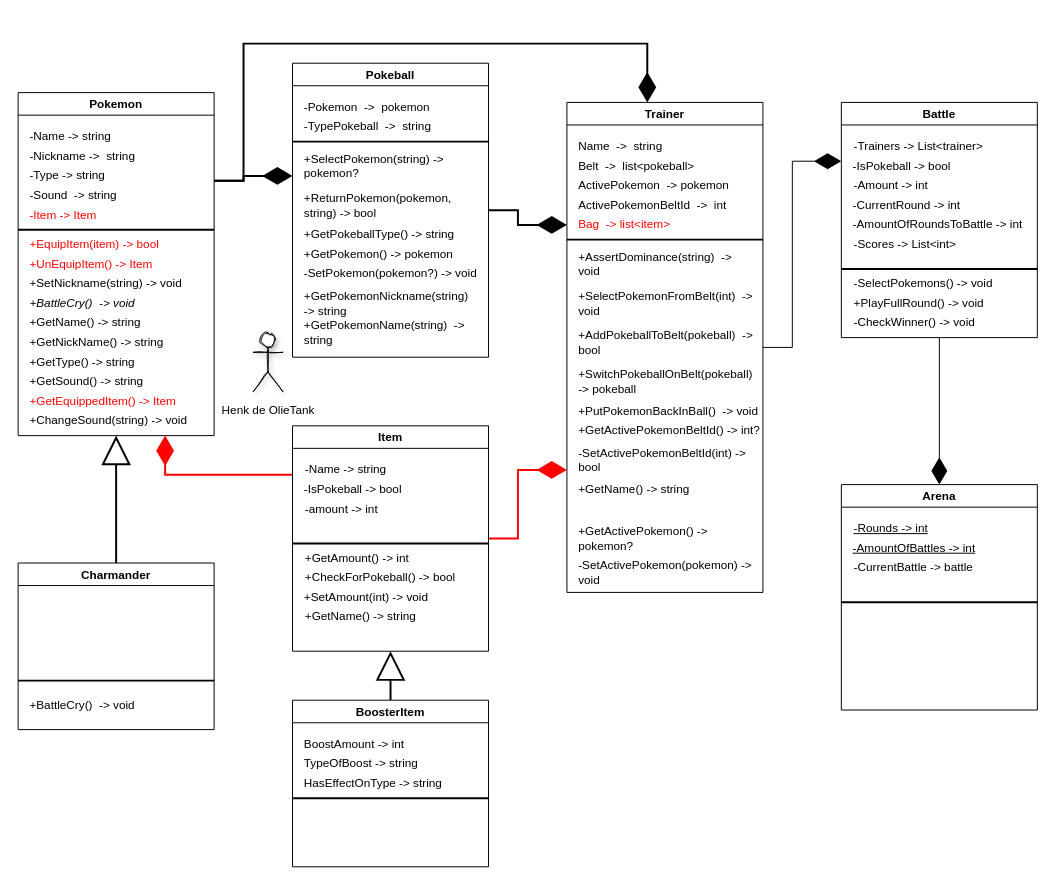
Before: Pokemon-Battle-Sim/class diagram.drawio in oldmartijntje/Pokemon-Battle-Simulator, a draw.io diagram. Source tidied: cells renumbered, new cells numbered last; positions are measured from the earlier drawing's top-left corner, leaving out a move shared by most shapes. Both pictures are drawn from the tidied source at 98%, with x=0, y=0 at pixel (18, 43).
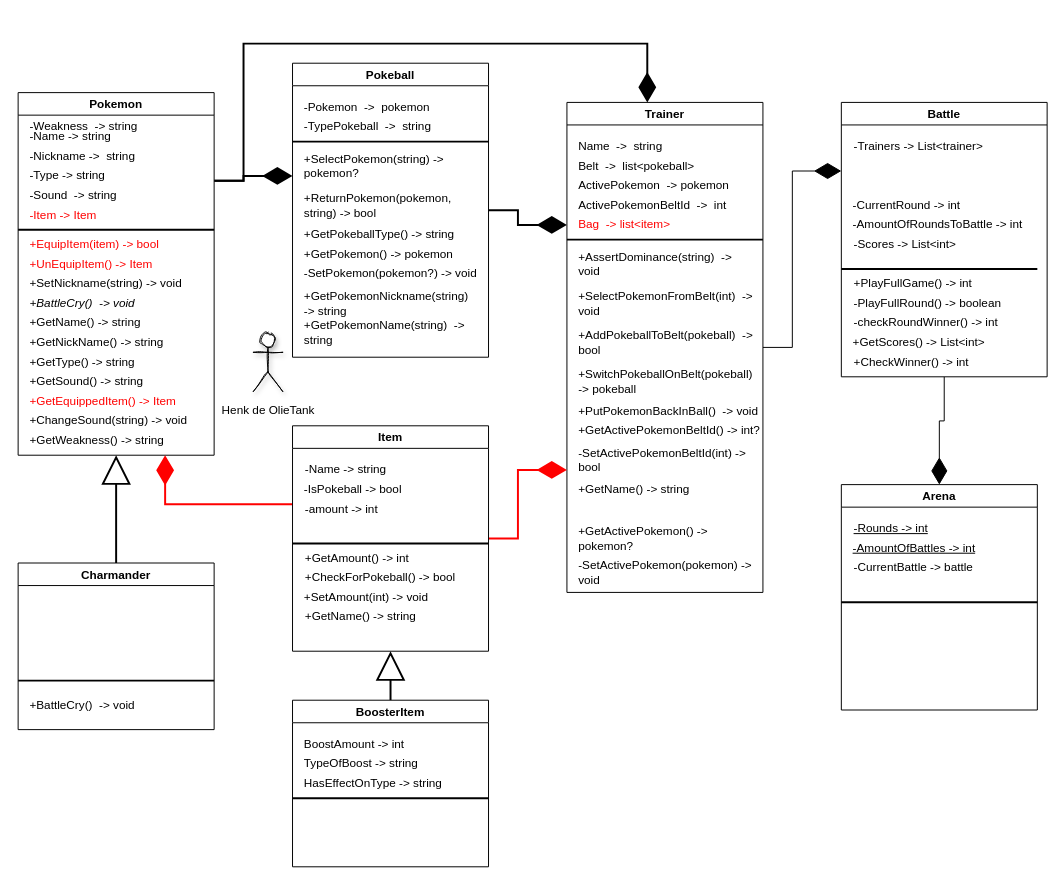
The same page after the edit.

Unchanged cells that the change refers to:
```xml
<mxCell id="59" value="Item" style="swimlane;fillStyle=auto;fillColor=default;swimlaneFillColor=default;" parent="1" vertex="1">
  <mxGeometry x="280" y="390" width="200" height="230" as="geometry" />
</mxCell>
```

What changed in the source:
```diff
@@
     <mxCell id="4" value="Pokemon" style="swimlane;fillStyle=auto;fillColor=default;swimlaneFillColor=default;" parent="1" vertex="1">
-      <mxGeometry y="50" width="200" height="350" as="geometry" />
+      <mxGeometry y="50" width="200" height="370" as="geometry" />
     </mxCell>
@@
+    <mxCell id="91" value="-Weakness&amp;nbsp; -&amp;gt; string" style="text;html=1;strokeColor=none;fillColor=none;align=left;verticalAlign=middle;whiteSpace=wrap;rounded=0;fillStyle=auto;" parent="4" vertex="1">
+      <mxGeometry x="10" y="20" width="180" height="30" as="geometry" />
+    </mxCell>
+    <mxCell id="92" value="+GetWeakness() -&amp;gt; string" style="text;html=1;strokeColor=none;fillColor=none;align=left;verticalAlign=middle;whiteSpace=wrap;rounded=0;fillStyle=auto;" parent="4" vertex="1">
+      <mxGeometry x="10" y="340" width="180" height="30" as="geometry" />
+    </mxCell>
@@
     <mxCell id="58" style="edgeStyle=orthogonalEdgeStyle;rounded=0;jettySize=auto;html=1;strokeWidth=2;endArrow=diamondThin;endFill=1;startSize=25;endSize=25;entryX=0.75;entryY=1;entryDx=0;entryDy=0;fillColor=#a20025;strokeColor=#FF0000;" parent="1" edge="1" source="59" target="4">
       <mxGeometry relative="1" as="geometry">
         <Array as="points">
-          <mxPoint x="150" y="440" />
+          <mxPoint x="150" y="470" />
         </Array>
       </mxGeometry>
     </mxCell>
@@
     <mxCell id="75" value="Battle" style="swimlane;fillStyle=auto;fillColor=default;swimlaneFillColor=default;" parent="1" vertex="1">
-      <mxGeometry x="840" y="60" width="200" height="240" as="geometry" />
+      <mxGeometry x="840" y="60" width="210" height="280" as="geometry" />
     </mxCell>
@@
-    <mxCell id="78" value="-IsPokeball&amp;nbsp;-&amp;gt; bool" style="text;html=1;strokeColor=none;fillColor=none;align=left;verticalAlign=middle;whiteSpace=wrap;rounded=0;fillStyle=auto;" parent="75" vertex="1">
-      <mxGeometry x="10" y="50" width="180" height="30" as="geometry" />
-    </mxCell>
-    <mxCell id="79" value="-Amount -&amp;gt; int&amp;nbsp;" style="text;html=1;strokeColor=none;fillColor=none;align=left;verticalAlign=middle;whiteSpace=wrap;rounded=0;fillStyle=auto;" parent="75" vertex="1">
-      <mxGeometry x="11" y="70" width="180" height="30" as="geometry" />
-    </mxCell>
@@
-    <mxCell id="83" value="-SelectPokemons() -&amp;gt; void" style="text;html=1;strokeColor=none;fillColor=none;align=left;verticalAlign=middle;whiteSpace=wrap;rounded=0;fillStyle=auto;" parent="75" vertex="1">
+    <mxCell id="83" value="+PlayFullGame() -&amp;gt; int" style="text;html=1;strokeColor=none;fillColor=none;align=left;verticalAlign=middle;whiteSpace=wrap;rounded=0;fillStyle=auto;" parent="75" vertex="1">
       <mxGeometry x="11" y="170" width="180" height="30" as="geometry" />
     </mxCell>
-    <mxCell id="84" value="+PlayFullRound() -&amp;gt; void" style="text;html=1;strokeColor=none;fillColor=none;align=left;verticalAlign=middle;whiteSpace=wrap;rounded=0;fillStyle=auto;" parent="75" vertex="1">
+    <mxCell id="84" value="-PlayFullRound() -&amp;gt; boolean" style="text;html=1;strokeColor=none;fillColor=none;align=left;verticalAlign=middle;whiteSpace=wrap;rounded=0;fillStyle=auto;" parent="75" vertex="1">
       <mxGeometry x="11" y="190" width="180" height="30" as="geometry" />
     </mxCell>
-    <mxCell id="85" value="-CheckWinner() -&amp;gt; void" style="text;html=1;strokeColor=none;fillColor=none;align=left;verticalAlign=middle;whiteSpace=wrap;rounded=0;fillStyle=auto;" parent="75" vertex="1">
+    <mxCell id="85" value="-checkRoundWinner() -&amp;gt; int" style="text;html=1;strokeColor=none;fillColor=none;align=left;verticalAlign=middle;whiteSpace=wrap;rounded=0;fillStyle=auto;" parent="75" vertex="1">
       <mxGeometry x="11" y="210" width="180" height="30" as="geometry" />
     </mxCell>
+    <mxCell id="93" value="+GetScores() -&amp;gt; List&amp;lt;int&amp;gt;" style="text;html=1;strokeColor=none;fillColor=none;align=left;verticalAlign=middle;whiteSpace=wrap;rounded=0;fillStyle=auto;" parent="75" vertex="1">
+      <mxGeometry x="10" y="230" width="180" height="30" as="geometry" />
+    </mxCell>
+    <mxCell id="94" value="+CheckWinner() -&amp;gt; int" style="text;html=1;strokeColor=none;fillColor=none;align=left;verticalAlign=middle;whiteSpace=wrap;rounded=0;fillStyle=auto;" parent="75" vertex="1">
+      <mxGeometry x="11" y="250" width="180" height="30" as="geometry" />
+    </mxCell>
```
